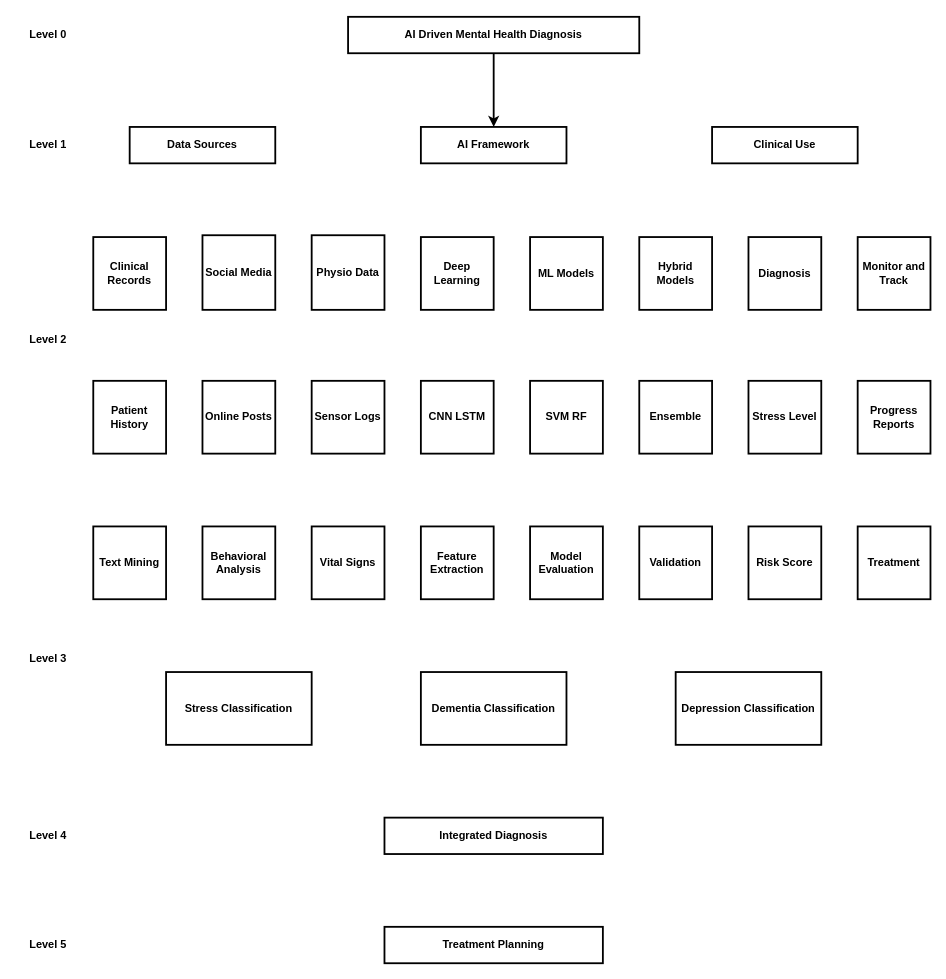
Above: thesis.drawio in vinayak-k24/DrawIO (draw.io), before the change. Source tidied: cells renumbered, new cells numbered last; positions are measured from the earlier drawing's top-left corner, leaving out a move shared by most shapes. Both pictures are drawn from the tidied source at 91%, with x=0, y=0 at pixel (20, 16).
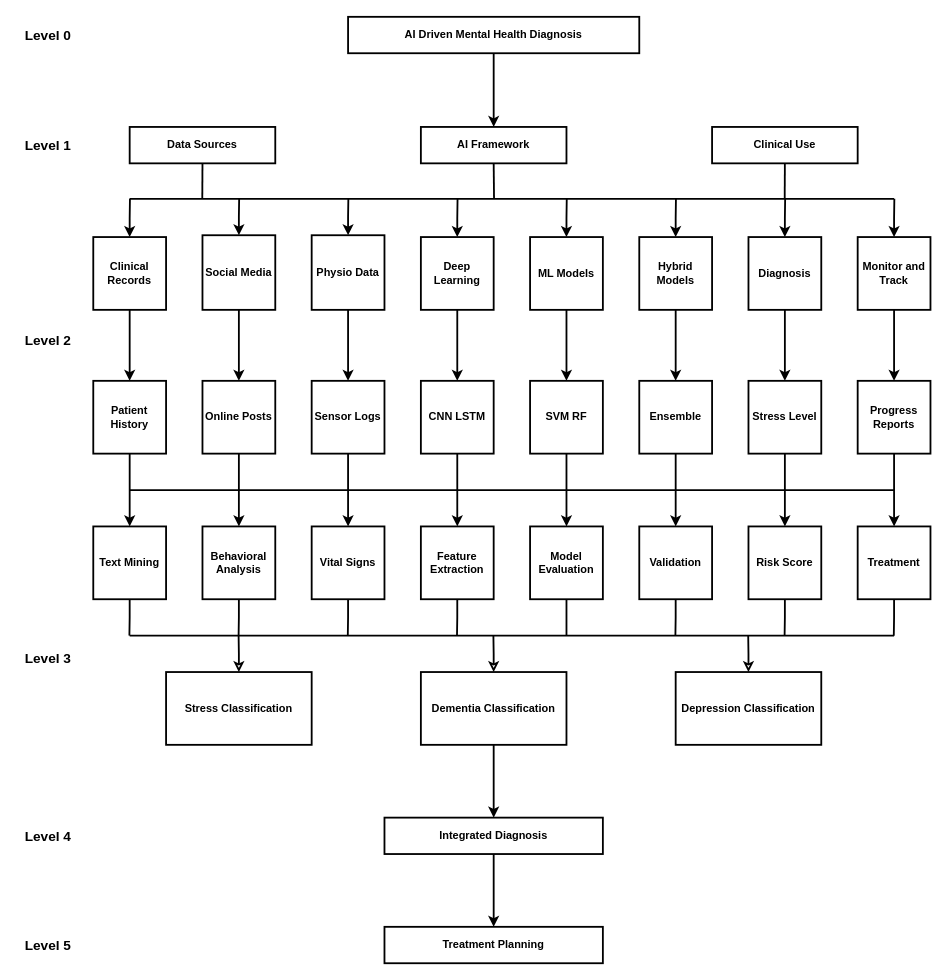
Above is the later version.

The change refers to these unchanged cells:
```xml
<mxCell id="4" value="Data Sources" style="whiteSpace=wrap;html=1;strokeWidth=2;fontStyle=1;" parent="1" vertex="1">
<mxCell id="5" value="AI Framework" style="whiteSpace=wrap;html=1;strokeWidth=2;fontStyle=1;" parent="1" vertex="1">
<mxCell id="6" value="Clinical Use" style="whiteSpace=wrap;html=1;strokeWidth=2;fontStyle=1;" parent="1" vertex="1">
<mxCell id="7" value="Clinical Records" style="whiteSpace=wrap;html=1;strokeWidth=2;fontStyle=1;" parent="1" vertex="1">
<mxCell id="8" value="Social Media" style="whiteSpace=wrap;html=1;strokeWidth=2;fontStyle=1;" parent="1" vertex="1">
<mxCell id="9" value="Physio Data" style="whiteSpace=wrap;html=1;strokeWidth=2;fontStyle=1;" parent="1" vertex="1">
<mxCell id="10" value="Deep Learning" style="whiteSpace=wrap;html=1;strokeWidth=2;fontStyle=1;" parent="1" vertex="1">
<mxCell id="11" value="ML Models" style="whiteSpace=wrap;html=1;strokeWidth=2;fontStyle=1;" parent="1" vertex="1">
<mxCell id="12" value="Hybrid Models" style="whiteSpace=wrap;html=1;strokeWidth=2;fontStyle=1;" parent="1" vertex="1">
<mxCell id="13" value="Diagnosis" style="whiteSpace=wrap;html=1;strokeWidth=2;fontStyle=1;" parent="1" vertex="1">
<mxCell id="14" value="Monitor and Track" style="whiteSpace=wrap;html=1;strokeWidth=2;fontStyle=1;" parent="1" vertex="1">
<mxCell id="15" value="Patient History" style="whiteSpace=wrap;html=1;strokeWidth=2;fontStyle=1;" parent="1" vertex="1">
<mxCell id="16" value="Online Posts" style="whiteSpace=wrap;html=1;strokeWidth=2;fontStyle=1;" parent="1" vertex="1">
<mxCell id="17" value="Sensor Logs" style="whiteSpace=wrap;html=1;strokeWidth=2;fontStyle=1;" parent="1" vertex="1">
<mxCell id="18" value="CNN LSTM" style="whiteSpace=wrap;html=1;strokeWidth=2;fontStyle=1;" parent="1" vertex="1">
<mxCell id="19" value="SVM RF" style="whiteSpace=wrap;html=1;strokeWidth=2;fontStyle=1;" parent="1" vertex="1">
<mxCell id="20" value="Ensemble" style="whiteSpace=wrap;html=1;strokeWidth=2;fontStyle=1;" parent="1" vertex="1">
<mxCell id="21" value="Stress Level" style="whiteSpace=wrap;html=1;strokeWidth=2;fontStyle=1;" parent="1" vertex="1">
<mxCell id="22" value="Progress Reports" style="whiteSpace=wrap;html=1;strokeWidth=2;fontStyle=1;" parent="1" vertex="1">
<mxCell id="23" value="Text Mining" style="whiteSpace=wrap;html=1;strokeWidth=2;fontStyle=1;" parent="1" vertex="1">
<mxCell id="24" value="Behavioral Analysis" style="whiteSpace=wrap;html=1;strokeWidth=2;fontStyle=1;" parent="1" vertex="1">
<mxCell id="25" value="Vital Signs" style="whiteSpace=wrap;html=1;strokeWidth=2;fontStyle=1;" parent="1" vertex="1">
<mxCell id="26" value="Feature Extraction" style="whiteSpace=wrap;html=1;strokeWidth=2;fontStyle=1;" parent="1" vertex="1">
<mxCell id="27" value="Model Evaluation" style="whiteSpace=wrap;html=1;strokeWidth=2;fontStyle=1;" parent="1" vertex="1">
<mxCell id="28" value="Risk Score" style="whiteSpace=wrap;html=1;strokeWidth=2;fontStyle=1;" parent="1" vertex="1">
<mxCell id="29" value="Treatment" style="whiteSpace=wrap;html=1;strokeWidth=2;fontStyle=1;" parent="1" vertex="1">
<mxCell id="30" value="Stress Classification" style="whiteSpace=wrap;html=1;strokeWidth=2;fontStyle=1;" parent="1" vertex="1">
<mxCell id="31" value="Dementia Classification" style="whiteSpace=wrap;html=1;strokeWidth=2;fontStyle=1;" parent="1" vertex="1">
<mxCell id="32" value="Depression Classification" style="whiteSpace=wrap;html=1;strokeWidth=2;fontStyle=1;" parent="1" vertex="1">
<mxCell id="33" value="Integrated Diagnosis" style="whiteSpace=wrap;html=1;strokeWidth=2;fontStyle=1;" parent="1" vertex="1">
<mxCell id="34" value="Treatment Planning" style="whiteSpace=wrap;html=1;strokeWidth=2;fontStyle=1;" parent="1" vertex="1">
<mxCell id="41" value="Validation" style="whiteSpace=wrap;html=1;strokeWidth=2;fontStyle=1;" parent="1" vertex="1">
```

What changed in the source:
```diff
@@
+    <mxCell id="42" style="edgeStyle=orthogonalEdgeStyle;rounded=0;jettySize=auto;html=1;exitX=0.5;exitY=1;exitDx=0;exitDy=0;endArrow=none;startFill=0;strokeWidth=2;" parent="1" edge="1" source="4">
+      <mxGeometry relative="1" as="geometry">
+        <mxPoint x="199.8" y="200" as="targetPoint" />
+      </mxGeometry>
+    </mxCell>
@@
+    <mxCell id="43" style="edgeStyle=orthogonalEdgeStyle;rounded=0;jettySize=auto;html=1;exitX=0.5;exitY=1;exitDx=0;exitDy=0;endArrow=none;startFill=0;strokeWidth=2;" parent="1" edge="1" source="5">
+      <mxGeometry relative="1" as="geometry">
+        <mxPoint x="520.4" y="200" as="targetPoint" />
+      </mxGeometry>
+    </mxCell>
@@
+    <mxCell id="44" style="edgeStyle=orthogonalEdgeStyle;rounded=0;jettySize=auto;html=1;exitX=0.5;exitY=1;exitDx=0;exitDy=0;endArrow=none;startFill=0;strokeWidth=2;" parent="1" edge="1" source="6">
+      <mxGeometry relative="1" as="geometry">
+        <mxPoint x="839.8" y="200" as="targetPoint" />
+      </mxGeometry>
+    </mxCell>
@@
+    <mxCell id="45" style="edgeStyle=orthogonalEdgeStyle;rounded=0;jettySize=auto;html=1;exitX=0.5;exitY=1;exitDx=0;exitDy=0;entryX=0.5;entryY=0;entryDx=0;entryDy=0;strokeWidth=2;" parent="1" edge="1" source="7" target="15">
+      <mxGeometry relative="1" as="geometry" />
+    </mxCell>
+    <mxCell id="46" style="edgeStyle=orthogonalEdgeStyle;rounded=0;jettySize=auto;html=1;exitX=0.5;exitY=0;exitDx=0;exitDy=0;startArrow=classic;startFill=1;endArrow=none;strokeWidth=2;" parent="1" edge="1" source="7">
+      <mxGeometry relative="1" as="geometry">
+        <mxPoint x="120.3" y="200" as="targetPoint" />
+      </mxGeometry>
+    </mxCell>
@@
+    <mxCell id="47" style="edgeStyle=orthogonalEdgeStyle;rounded=0;jettySize=auto;html=1;exitX=0.5;exitY=1;exitDx=0;exitDy=0;entryX=0.5;entryY=0;entryDx=0;entryDy=0;strokeWidth=2;" parent="1" edge="1" source="8" target="16">
+      <mxGeometry relative="1" as="geometry" />
+    </mxCell>
+    <mxCell id="48" style="edgeStyle=orthogonalEdgeStyle;rounded=0;jettySize=auto;html=1;exitX=0.5;exitY=0;exitDx=0;exitDy=0;startArrow=classic;startFill=1;endArrow=none;strokeWidth=2;" parent="1" edge="1" source="8">
+      <mxGeometry relative="1" as="geometry">
+        <mxPoint x="240.3" y="200" as="targetPoint" />
+      </mxGeometry>
+    </mxCell>
@@
+    <mxCell id="49" style="edgeStyle=orthogonalEdgeStyle;rounded=0;jettySize=auto;html=1;exitX=0.5;exitY=1;exitDx=0;exitDy=0;entryX=0.5;entryY=0;entryDx=0;entryDy=0;strokeWidth=2;" parent="1" edge="1" source="9" target="17">
+      <mxGeometry relative="1" as="geometry" />
+    </mxCell>
+    <mxCell id="50" style="edgeStyle=orthogonalEdgeStyle;rounded=0;jettySize=auto;html=1;exitX=0.5;exitY=0;exitDx=0;exitDy=0;startArrow=classic;startFill=1;endArrow=none;strokeWidth=2;" parent="1" edge="1" source="9">
+      <mxGeometry relative="1" as="geometry">
+        <mxPoint x="360.3" y="200" as="targetPoint" />
+      </mxGeometry>
+    </mxCell>
@@
+    <mxCell id="51" style="edgeStyle=orthogonalEdgeStyle;rounded=0;jettySize=auto;html=1;exitX=0.5;exitY=1;exitDx=0;exitDy=0;entryX=0.5;entryY=0;entryDx=0;entryDy=0;strokeWidth=2;" parent="1" edge="1" source="10" target="18">
+      <mxGeometry relative="1" as="geometry" />
+    </mxCell>
+    <mxCell id="52" style="edgeStyle=orthogonalEdgeStyle;rounded=0;jettySize=auto;html=1;exitX=0.5;exitY=0;exitDx=0;exitDy=0;startArrow=classic;startFill=1;endArrow=none;strokeWidth=2;" parent="1" edge="1" source="10">
+      <mxGeometry relative="1" as="geometry">
+        <mxPoint x="480.3" y="200" as="targetPoint" />
+      </mxGeometry>
+    </mxCell>
@@
+    <mxCell id="53" style="edgeStyle=orthogonalEdgeStyle;rounded=0;jettySize=auto;html=1;exitX=0.5;exitY=1;exitDx=0;exitDy=0;entryX=0.5;entryY=0;entryDx=0;entryDy=0;strokeWidth=2;" parent="1" edge="1" source="11" target="19">
+      <mxGeometry relative="1" as="geometry" />
+    </mxCell>
+    <mxCell id="54" style="edgeStyle=orthogonalEdgeStyle;rounded=0;jettySize=auto;html=1;exitX=0.5;exitY=0;exitDx=0;exitDy=0;startArrow=classic;startFill=1;endArrow=none;strokeWidth=2;" parent="1" edge="1" source="11">
+      <mxGeometry relative="1" as="geometry">
+        <mxPoint x="600.3" y="200" as="targetPoint" />
+      </mxGeometry>
+    </mxCell>
@@
+    <mxCell id="55" style="edgeStyle=orthogonalEdgeStyle;rounded=0;jettySize=auto;html=1;exitX=0.5;exitY=1;exitDx=0;exitDy=0;entryX=0.5;entryY=0;entryDx=0;entryDy=0;strokeWidth=2;" parent="1" edge="1" source="12" target="20">
+      <mxGeometry relative="1" as="geometry" />
+    </mxCell>
+    <mxCell id="56" style="edgeStyle=orthogonalEdgeStyle;rounded=0;jettySize=auto;html=1;exitX=0.5;exitY=0;exitDx=0;exitDy=0;startArrow=classic;startFill=1;endArrow=none;strokeWidth=2;" parent="1" edge="1" source="12">
+      <mxGeometry relative="1" as="geometry">
+        <mxPoint x="720.3" y="200" as="targetPoint" />
+      </mxGeometry>
+    </mxCell>
@@
+    <mxCell id="57" style="edgeStyle=orthogonalEdgeStyle;rounded=0;jettySize=auto;html=1;exitX=0.5;exitY=1;exitDx=0;exitDy=0;entryX=0.5;entryY=0;entryDx=0;entryDy=0;strokeWidth=2;" parent="1" edge="1" source="13" target="21">
+      <mxGeometry relative="1" as="geometry" />
+    </mxCell>
+    <mxCell id="58" style="edgeStyle=orthogonalEdgeStyle;rounded=0;jettySize=auto;html=1;exitX=0.5;exitY=0;exitDx=0;exitDy=0;startArrow=classic;startFill=1;endArrow=none;strokeWidth=2;" parent="1" edge="1" source="13">
+      <mxGeometry relative="1" as="geometry">
+        <mxPoint x="840.3" y="200" as="targetPoint" />
+      </mxGeometry>
+    </mxCell>
@@
+    <mxCell id="59" style="edgeStyle=orthogonalEdgeStyle;rounded=0;jettySize=auto;html=1;exitX=0.5;exitY=1;exitDx=0;exitDy=0;entryX=0.5;entryY=0;entryDx=0;entryDy=0;strokeWidth=2;" parent="1" edge="1" source="14" target="22">
+      <mxGeometry relative="1" as="geometry" />
+    </mxCell>
+    <mxCell id="60" style="edgeStyle=orthogonalEdgeStyle;rounded=0;jettySize=auto;html=1;exitX=0.5;exitY=0;exitDx=0;exitDy=0;startArrow=classic;startFill=1;endArrow=none;strokeWidth=2;" parent="1" edge="1" source="14">
+      <mxGeometry relative="1" as="geometry">
+        <mxPoint x="960.3" y="200" as="targetPoint" />
+      </mxGeometry>
+    </mxCell>
@@
+    <mxCell id="61" style="edgeStyle=orthogonalEdgeStyle;rounded=0;jettySize=auto;html=1;exitX=0.5;exitY=1;exitDx=0;exitDy=0;entryX=0.5;entryY=0;entryDx=0;entryDy=0;strokeWidth=2;" parent="1" edge="1" source="15" target="23">
+      <mxGeometry relative="1" as="geometry" />
+    </mxCell>
@@
+    <mxCell id="62" style="edgeStyle=orthogonalEdgeStyle;rounded=0;jettySize=auto;html=1;exitX=0.5;exitY=1;exitDx=0;exitDy=0;entryX=0.5;entryY=0;entryDx=0;entryDy=0;strokeWidth=2;" parent="1" edge="1" source="16" target="24">
+      <mxGeometry relative="1" as="geometry" />
+    </mxCell>
@@
+    <mxCell id="63" style="edgeStyle=orthogonalEdgeStyle;rounded=0;jettySize=auto;html=1;exitX=0.5;exitY=1;exitDx=0;exitDy=0;entryX=0.5;entryY=0;entryDx=0;entryDy=0;strokeWidth=2;" parent="1" edge="1" source="17" target="25">
+      <mxGeometry relative="1" as="geometry" />
+    </mxCell>
@@
+    <mxCell id="64" style="edgeStyle=orthogonalEdgeStyle;rounded=0;jettySize=auto;html=1;exitX=0.5;exitY=1;exitDx=0;exitDy=0;entryX=0.5;entryY=0;entryDx=0;entryDy=0;strokeWidth=2;" parent="1" edge="1" source="18" target="26">
+      <mxGeometry relative="1" as="geometry" />
+    </mxCell>
@@
+    <mxCell id="65" style="edgeStyle=orthogonalEdgeStyle;rounded=0;jettySize=auto;html=1;exitX=0.5;exitY=1;exitDx=0;exitDy=0;entryX=0.5;entryY=0;entryDx=0;entryDy=0;strokeWidth=2;" parent="1" edge="1" source="19" target="27">
+      <mxGeometry relative="1" as="geometry" />
+    </mxCell>
@@
+    <mxCell id="66" style="edgeStyle=orthogonalEdgeStyle;rounded=0;jettySize=auto;html=1;exitX=0.5;exitY=1;exitDx=0;exitDy=0;entryX=0.5;entryY=0;entryDx=0;entryDy=0;strokeWidth=2;" parent="1" edge="1" source="20" target="41">
+      <mxGeometry relative="1" as="geometry" />
+    </mxCell>
@@
+    <mxCell id="67" style="edgeStyle=orthogonalEdgeStyle;rounded=0;jettySize=auto;html=1;exitX=0.5;exitY=1;exitDx=0;exitDy=0;entryX=0.5;entryY=0;entryDx=0;entryDy=0;strokeWidth=2;" parent="1" edge="1" source="21" target="28">
+      <mxGeometry relative="1" as="geometry" />
+    </mxCell>
@@
+    <mxCell id="68" style="edgeStyle=orthogonalEdgeStyle;rounded=0;jettySize=auto;html=1;exitX=0.5;exitY=1;exitDx=0;exitDy=0;entryX=0.5;entryY=0;entryDx=0;entryDy=0;strokeWidth=2;" parent="1" edge="1" source="22" target="29">
+      <mxGeometry relative="1" as="geometry" />
+    </mxCell>
@@
+    <mxCell id="69" style="edgeStyle=orthogonalEdgeStyle;rounded=0;jettySize=auto;html=1;exitX=0.5;exitY=1;exitDx=0;exitDy=0;endArrow=none;startFill=0;strokeWidth=2;" parent="1" edge="1" source="23">
+      <mxGeometry relative="1" as="geometry">
+        <mxPoint x="119.7" y="680" as="targetPoint" />
+      </mxGeometry>
+    </mxCell>
@@
+    <mxCell id="70" style="edgeStyle=orthogonalEdgeStyle;rounded=0;jettySize=auto;html=1;exitX=0.5;exitY=1;exitDx=0;exitDy=0;endArrow=none;startFill=0;strokeWidth=2;" parent="1" edge="1" source="24">
+      <mxGeometry relative="1" as="geometry">
+        <mxPoint x="239.7" y="680" as="targetPoint" />
+      </mxGeometry>
+    </mxCell>
@@
+    <mxCell id="71" style="edgeStyle=orthogonalEdgeStyle;rounded=0;jettySize=auto;html=1;exitX=0.5;exitY=1;exitDx=0;exitDy=0;endArrow=none;startFill=0;strokeWidth=2;" parent="1" edge="1" source="25">
+      <mxGeometry relative="1" as="geometry">
+        <mxPoint x="359.7" y="680" as="targetPoint" />
+      </mxGeometry>
+    </mxCell>
@@
+    <mxCell id="72" style="edgeStyle=orthogonalEdgeStyle;rounded=0;jettySize=auto;html=1;exitX=0.5;exitY=1;exitDx=0;exitDy=0;endArrow=none;startFill=0;strokeWidth=2;" parent="1" edge="1" source="26">
+      <mxGeometry relative="1" as="geometry">
+        <mxPoint x="479.7" y="680" as="targetPoint" />
+      </mxGeometry>
+    </mxCell>
@@
+    <mxCell id="73" style="edgeStyle=orthogonalEdgeStyle;rounded=0;jettySize=auto;html=1;exitX=0.5;exitY=1;exitDx=0;exitDy=0;endArrow=none;startFill=0;strokeWidth=2;" parent="1" edge="1" source="27">
+      <mxGeometry relative="1" as="geometry">
+        <mxPoint x="600" y="680" as="targetPoint" />
+      </mxGeometry>
+    </mxCell>
@@
+    <mxCell id="74" style="edgeStyle=orthogonalEdgeStyle;rounded=0;jettySize=auto;html=1;exitX=0.5;exitY=1;exitDx=0;exitDy=0;endArrow=none;startFill=0;strokeWidth=2;" parent="1" edge="1" source="28">
+      <mxGeometry relative="1" as="geometry">
+        <mxPoint x="839.7" y="680" as="targetPoint" />
+      </mxGeometry>
+    </mxCell>
@@
+    <mxCell id="75" style="edgeStyle=orthogonalEdgeStyle;rounded=0;jettySize=auto;html=1;exitX=0.5;exitY=1;exitDx=0;exitDy=0;endArrow=none;startFill=0;strokeWidth=2;" parent="1" edge="1" source="29">
+      <mxGeometry relative="1" as="geometry">
+        <mxPoint x="959.7" y="680" as="targetPoint" />
+      </mxGeometry>
+    </mxCell>
@@
+    <mxCell id="76" style="edgeStyle=orthogonalEdgeStyle;rounded=0;jettySize=auto;html=1;exitX=0.5;exitY=0;exitDx=0;exitDy=0;startArrow=classic;startFill=0;endArrow=none;strokeWidth=2;" parent="1" edge="1" source="30">
+      <mxGeometry relative="1" as="geometry">
+        <mxPoint x="239.7" y="680" as="targetPoint" />
+      </mxGeometry>
+    </mxCell>
@@
+    <mxCell id="77" style="edgeStyle=orthogonalEdgeStyle;rounded=0;jettySize=auto;html=1;exitX=0.5;exitY=0;exitDx=0;exitDy=0;startArrow=classic;startFill=0;endArrow=none;strokeWidth=2;" parent="1" edge="1" source="31">
+      <mxGeometry relative="1" as="geometry">
+        <mxPoint x="519.7" y="680" as="targetPoint" />
+      </mxGeometry>
+    </mxCell>
+    <mxCell id="78" style="edgeStyle=orthogonalEdgeStyle;rounded=0;jettySize=auto;html=1;exitX=0.5;exitY=1;exitDx=0;exitDy=0;entryX=0.5;entryY=0;entryDx=0;entryDy=0;strokeWidth=2;" parent="1" edge="1" source="31" target="33">
+      <mxGeometry relative="1" as="geometry" />
+    </mxCell>
@@
+    <mxCell id="79" style="edgeStyle=orthogonalEdgeStyle;rounded=0;jettySize=auto;html=1;exitX=0.5;exitY=0;exitDx=0;exitDy=0;startArrow=classic;startFill=0;endArrow=none;strokeWidth=2;" parent="1" edge="1" source="32">
+      <mxGeometry relative="1" as="geometry">
+        <mxPoint x="799.7" y="680" as="targetPoint" />
+      </mxGeometry>
+    </mxCell>
@@
+    <mxCell id="80" style="edgeStyle=orthogonalEdgeStyle;rounded=0;jettySize=auto;html=1;exitX=0.5;exitY=1;exitDx=0;exitDy=0;strokeWidth=2;" parent="1" edge="1" source="33" target="34">
+      <mxGeometry relative="1" as="geometry" />
+    </mxCell>
@@
-    <mxCell id="35" value="Level 2" style="text;html=1;align=center;verticalAlign=middle;strokeColor=none;fillColor=none;strokeWidth=2;fontStyle=1;" parent="1" vertex="1">
-      <mxGeometry y="340" width="60" height="30" as="geometry" />
+    <mxCell id="35" value="Level 2" style="text;html=1;align=center;verticalAlign=middle;strokeColor=none;fillColor=none;strokeWidth=2;fontStyle=1;fontSize=15;" parent="1" vertex="1">
+      <mxGeometry x="-5" y="340" width="70" height="30" as="geometry" />
     </mxCell>
-    <mxCell id="36" value="Level 1" style="text;html=1;align=center;verticalAlign=middle;strokeColor=none;fillColor=none;strokeWidth=2;fontStyle=1;" parent="1" vertex="1">
-      <mxGeometry y="126" width="60" height="30" as="geometry" />
+    <mxCell id="36" value="Level 1" style="text;html=1;align=center;verticalAlign=middle;strokeColor=none;fillColor=none;strokeWidth=2;fontStyle=1;fontSize=15;" parent="1" vertex="1">
+      <mxGeometry x="-5" y="126" width="70" height="30" as="geometry" />
     </mxCell>
-    <mxCell id="37" value="Level 0" style="text;html=1;align=center;verticalAlign=middle;strokeColor=none;fillColor=none;strokeWidth=2;fontStyle=1;" parent="1" vertex="1">
-      <mxGeometry y="5" width="60" height="30" as="geometry" />
+    <mxCell id="37" value="Level 0" style="text;html=1;align=center;verticalAlign=middle;strokeColor=none;fillColor=none;strokeWidth=2;fontStyle=1;fontSize=15;" parent="1" vertex="1">
+      <mxGeometry x="-5" y="5" width="70" height="30" as="geometry" />
     </mxCell>
-    <mxCell id="38" value="Level 3" style="text;html=1;align=center;verticalAlign=middle;strokeColor=none;fillColor=none;strokeWidth=2;fontStyle=1;" parent="1" vertex="1">
-      <mxGeometry y="690" width="60" height="30" as="geometry" />
+    <mxCell id="38" value="Level 3" style="text;html=1;align=center;verticalAlign=middle;strokeColor=none;fillColor=none;strokeWidth=2;fontStyle=1;fontSize=15;" parent="1" vertex="1">
+      <mxGeometry x="-5" y="690" width="70" height="30" as="geometry" />
     </mxCell>
-    <mxCell id="39" value="Level 4" style="text;html=1;align=center;verticalAlign=middle;strokeColor=none;fillColor=none;strokeWidth=2;fontStyle=1;" parent="1" vertex="1">
-      <mxGeometry y="885" width="60" height="30" as="geometry" />
+    <mxCell id="39" value="Level 4" style="text;html=1;align=center;verticalAlign=middle;strokeColor=none;fillColor=none;strokeWidth=2;fontStyle=1;fontSize=15;" parent="1" vertex="1">
+      <mxGeometry x="-5" y="885" width="70" height="30" as="geometry" />
     </mxCell>
-    <mxCell id="40" value="Level 5" style="text;html=1;align=center;verticalAlign=middle;strokeColor=none;fillColor=none;strokeWidth=2;fontStyle=1;" parent="1" vertex="1">
-      <mxGeometry y="1005" width="60" height="30" as="geometry" />
+    <mxCell id="40" value="Level 5" style="text;html=1;align=center;verticalAlign=middle;strokeColor=none;fillColor=none;strokeWidth=2;fontStyle=1;fontSize=15;" parent="1" vertex="1">
+      <mxGeometry x="-5" y="1005" width="70" height="30" as="geometry" />
     </mxCell>
+    <mxCell id="81" style="edgeStyle=orthogonalEdgeStyle;rounded=0;jettySize=auto;html=1;exitX=0.5;exitY=1;exitDx=0;exitDy=0;endArrow=none;startFill=0;strokeWidth=2;" parent="1" edge="1" source="41">
+      <mxGeometry relative="1" as="geometry">
+        <mxPoint x="719.7" y="680" as="targetPoint" />
+      </mxGeometry>
+    </mxCell>
@@
+    <mxCell id="82" style="endArrow=none;html=1;rounded=0;startArrow=none;startFill=0;strokeWidth=2;" parent="1" edge="1">
+      <mxGeometry relative="1" as="geometry">
+        <mxPoint x="120" y="200" as="sourcePoint" />
+        <mxPoint x="960" y="200" as="targetPoint" />
+      </mxGeometry>
+    </mxCell>
+    <mxCell id="83" style="endArrow=none;html=1;rounded=0;strokeWidth=2;" parent="1" edge="1">
+      <mxGeometry relative="1" as="geometry">
+        <mxPoint x="960" y="520" as="sourcePoint" />
+        <mxPoint x="120" y="520" as="targetPoint" />
+      </mxGeometry>
+    </mxCell>
+    <mxCell id="84" style="endArrow=none;html=1;rounded=0;strokeWidth=2;" parent="1" edge="1">
+      <mxGeometry relative="1" as="geometry">
+        <mxPoint x="960" y="680" as="sourcePoint" />
+        <mxPoint x="120" y="680" as="targetPoint" />
+      </mxGeometry>
+    </mxCell>
```
